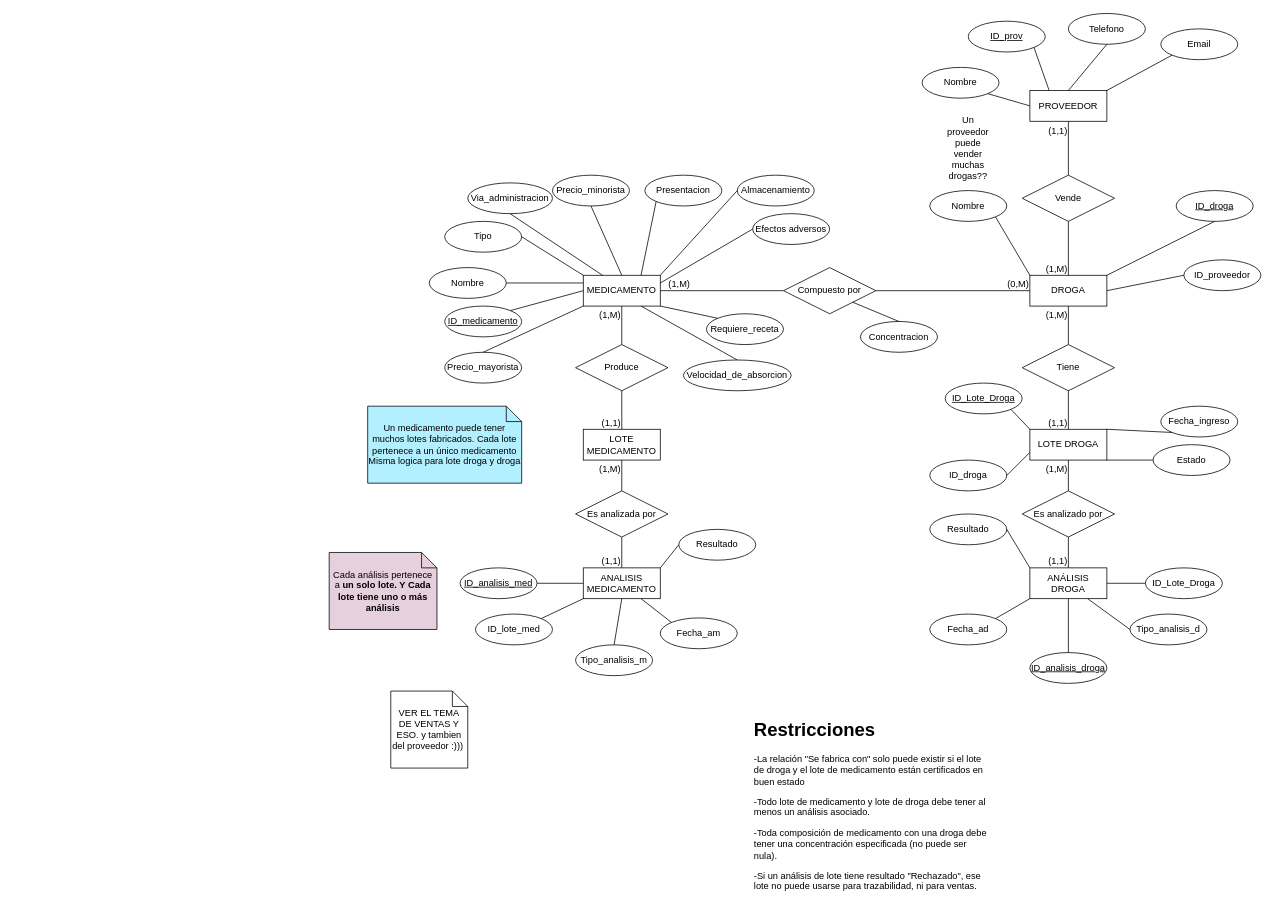
This is TP_BD_Grupo1.drawio from melxtear/TP_Grupo1_BD, a draw.io file, before an edit. Source tidied: cells renumbered, new cells numbered last; positions are measured from the earlier drawing's top-left corner, leaving out a move shared by most shapes. Both pictures are drawn from the tidied source at 77%, with x=0, y=0 at pixel (329, 13).
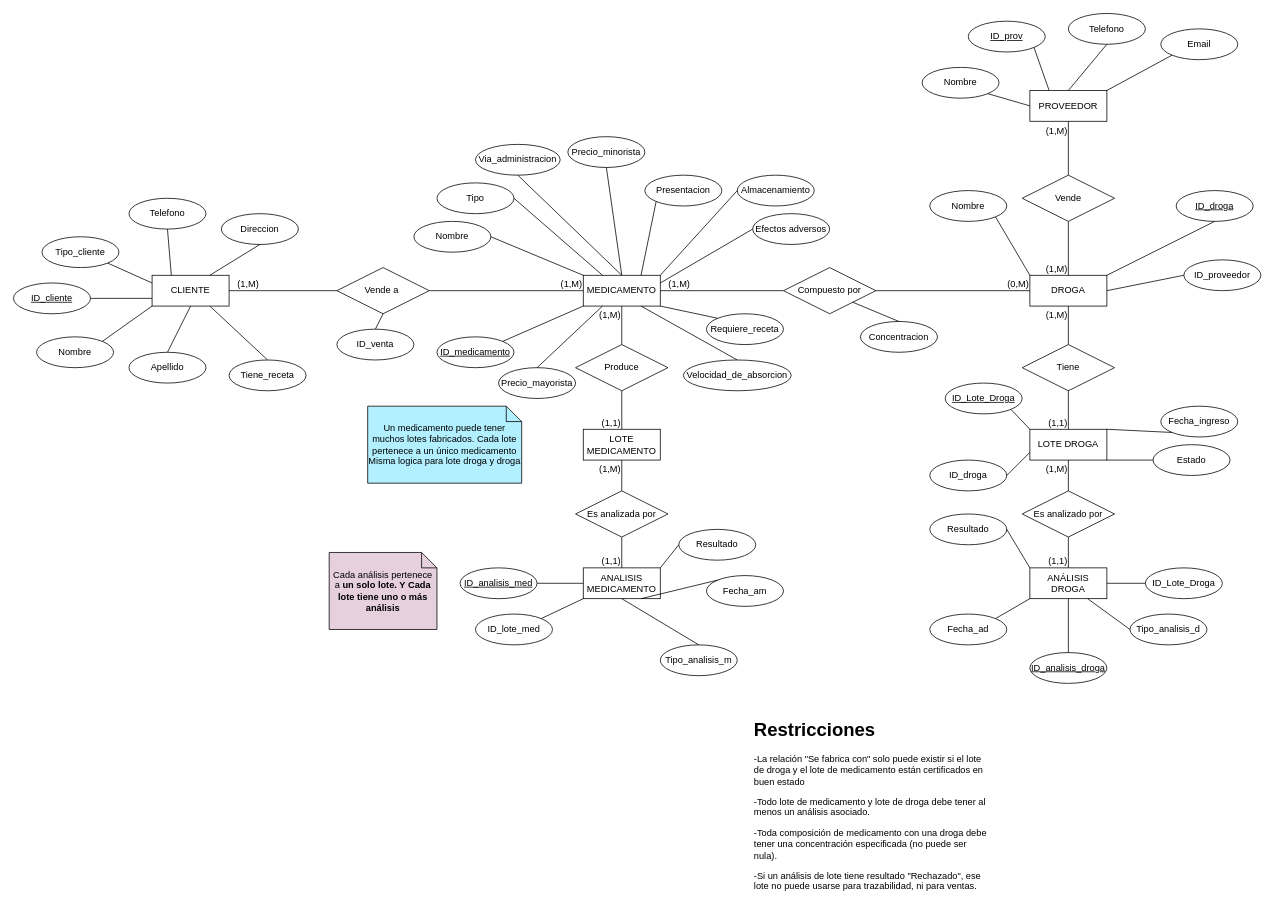
Above is the later version.

Commit message:
listo, falta MR

Unchanged cells that the change refers to:
```xml
<mxCell id="2" value="MEDICAMENTO" style="whiteSpace=wrap;html=1;align=center;" parent="1" vertex="1">
  <mxGeometry x="330" y="340" width="100" height="40" as="geometry" />
</mxCell>
<mxCell id="96" style="endArrow=none;html=1;rounded=0;entryX=0.5;entryY=1;entryDx=0;entryDy=0;exitX=0.5;exitY=0;exitDx=0;exitDy=0;" parent="1" edge="1" source="95" target="93">
  <mxGeometry relative="1" as="geometry" />
</mxCell>
```

The edit, as a diff of the source:
```diff
@@
     <mxCell id="3" value="Nombre" style="ellipse;whiteSpace=wrap;html=1;align=center;" parent="1" vertex="1">
-      <mxGeometry x="130" y="330" width="100" height="40" as="geometry" />
+      <mxGeometry x="110" y="270" width="100" height="40" as="geometry" />
     </mxCell>
     <mxCell id="4" value="ID_medicamento" style="ellipse;whiteSpace=wrap;html=1;align=center;fontStyle=4;" parent="1" vertex="1">
-      <mxGeometry x="150" y="380" width="100" height="40" as="geometry" />
+      <mxGeometry x="140" y="420" width="100" height="40" as="geometry" />
     </mxCell>
     <mxCell id="5" value="Tipo" style="ellipse;whiteSpace=wrap;html=1;align=center;" parent="1" vertex="1">
-      <mxGeometry x="150" y="270" width="100" height="40" as="geometry" />
+      <mxGeometry x="140" y="220" width="100" height="40" as="geometry" />
     </mxCell>
-    <mxCell id="6" style="endArrow=none;html=1;rounded=0;exitX=1;exitY=0.5;exitDx=0;exitDy=0;entryX=0;entryY=0;entryDx=0;entryDy=0;" parent="1" edge="1" source="5" target="2">
+    <mxCell id="6" style="endArrow=none;html=1;rounded=0;exitX=1;exitY=0.5;exitDx=0;exitDy=0;entryX=0.25;entryY=0;entryDx=0;entryDy=0;" parent="1" edge="1" source="5" target="2">
       <mxGeometry relative="1" as="geometry" />
     </mxCell>
-    <mxCell id="7" style="endArrow=none;html=1;rounded=0;exitX=1;exitY=0.5;exitDx=0;exitDy=0;entryX=0;entryY=0.25;entryDx=0;entryDy=0;" parent="1" edge="1" source="3" target="2">
+    <mxCell id="7" style="endArrow=none;html=1;rounded=0;exitX=1;exitY=0.5;exitDx=0;exitDy=0;entryX=0;entryY=0;entryDx=0;entryDy=0;" parent="1" edge="1" source="3" target="2">
       <mxGeometry relative="1" as="geometry" />
     </mxCell>
-    <mxCell id="8" style="endArrow=none;html=1;rounded=0;exitX=1;exitY=0;exitDx=0;exitDy=0;entryX=0;entryY=0.5;entryDx=0;entryDy=0;" parent="1" edge="1" source="4" target="2">
+    <mxCell id="8" style="endArrow=none;html=1;rounded=0;exitX=1;exitY=0;exitDx=0;exitDy=0;entryX=0;entryY=1;entryDx=0;entryDy=0;" parent="1" edge="1" source="4" target="2">
       <mxGeometry relative="1" as="geometry" />
     </mxCell>
     <mxCell id="9" value="Via_administracion" style="ellipse;whiteSpace=wrap;html=1;align=center;" parent="1" vertex="1">
-      <mxGeometry x="180" y="220" width="110" height="40" as="geometry" />
+      <mxGeometry x="190" y="170" width="110" height="40" as="geometry" />
     </mxCell>
-    <mxCell id="10" style="endArrow=none;html=1;rounded=0;exitX=0.5;exitY=1;exitDx=0;exitDy=0;entryX=0.25;entryY=0;entryDx=0;entryDy=0;" parent="1" edge="1" source="9" target="2">
+    <mxCell id="10" style="endArrow=none;html=1;rounded=0;exitX=0.5;exitY=1;exitDx=0;exitDy=0;entryX=0.5;entryY=0;entryDx=0;entryDy=0;" parent="1" edge="1" source="9" target="2">
       <mxGeometry relative="1" as="geometry" />
     </mxCell>
     <mxCell id="11" value="Precio_minorista" style="ellipse;whiteSpace=wrap;html=1;align=center;" parent="1" vertex="1">
-      <mxGeometry x="290" y="210" width="100" height="40" as="geometry" />
+      <mxGeometry x="310" y="160" width="100" height="40" as="geometry" />
     </mxCell>
     <mxCell id="12" value="Precio_mayorista" style="ellipse;whiteSpace=wrap;html=1;align=center;" parent="1" vertex="1">
-      <mxGeometry x="150" y="440" width="100" height="40" as="geometry" />
+      <mxGeometry x="220" y="460" width="100" height="40" as="geometry" />
     </mxCell>
-    <mxCell id="13" style="endArrow=none;html=1;rounded=0;exitX=0.5;exitY=0;exitDx=0;exitDy=0;entryX=0;entryY=1;entryDx=0;entryDy=0;" parent="1" edge="1" source="12" target="2">
+    <mxCell id="13" style="endArrow=none;html=1;rounded=0;exitX=0.5;exitY=0;exitDx=0;exitDy=0;entryX=0.25;entryY=1;entryDx=0;entryDy=0;" parent="1" edge="1" source="12" target="2">
       <mxGeometry relative="1" as="geometry" />
     </mxCell>
@@
     <mxCell id="74" value="Fecha_am" style="ellipse;whiteSpace=wrap;html=1;align=center;" parent="1" vertex="1">
-      <mxGeometry x="430" y="785" width="100" height="40" as="geometry" />
+      <mxGeometry x="490" y="730" width="100" height="40" as="geometry" />
     </mxCell>
     <mxCell id="75" value="Tipo_analisis_m" style="ellipse;whiteSpace=wrap;html=1;align=center;" parent="1" vertex="1">
-      <mxGeometry x="320" y="820" width="100" height="40" as="geometry" />
+      <mxGeometry x="430" y="820" width="100" height="40" as="geometry" />
     </mxCell>
@@
-    <mxCell id="85" value="VER EL TEMA DE VENTAS Y ESO. y tambien del proveedor :)))&amp;nbsp;" style="shape=note;size=20;whiteSpace=wrap;html=1;" parent="1" vertex="1">
-      <mxGeometry x="80" y="880" width="100" height="100" as="geometry" />
-    </mxCell>
@@
-    <mxCell id="97" value="(1,1)" style="html=1;whiteSpace=wrap;align=right;verticalAlign=bottom;" parent="96" vertex="1">
+    <mxCell id="97" value="(1,M)" style="html=1;whiteSpace=wrap;align=right;verticalAlign=bottom;" parent="96" vertex="1">
       <mxGeometry x="1" relative="1" as="geometry">
         <mxPoint y="21" as="offset" />
       </mxGeometry>
     </mxCell>
@@
-    <mxCell id="100" value="Un proveedor puede vender muchas drogas??" style="text;html=1;align=center;verticalAlign=middle;whiteSpace=wrap;rounded=0;" parent="1" vertex="1">
-      <mxGeometry x="800" y="160" width="60" height="30" as="geometry" />
-    </mxCell>
@@
+    <mxCell id="111" value="Vende a&amp;nbsp;" style="shape=rhombus;perimeter=rhombusPerimeter;whiteSpace=wrap;html=1;align=center;" parent="1" vertex="1">
+      <mxGeometry x="10" y="330" width="120" height="60" as="geometry" />
+    </mxCell>
+    <mxCell id="112" value="CLIENTE" style="whiteSpace=wrap;html=1;align=center;" parent="1" vertex="1">
+      <mxGeometry x="-230" y="340" width="100" height="40" as="geometry" />
+    </mxCell>
+    <mxCell id="113" value="Nombre" style="ellipse;whiteSpace=wrap;html=1;align=center;" parent="1" vertex="1">
+      <mxGeometry x="-380" y="420" width="100" height="40" as="geometry" />
+    </mxCell>
+    <mxCell id="114" value="Apellido" style="ellipse;whiteSpace=wrap;html=1;align=center;" parent="1" vertex="1">
+      <mxGeometry x="-260" y="440" width="100" height="40" as="geometry" />
+    </mxCell>
+    <mxCell id="115" value="ID_cliente" style="ellipse;whiteSpace=wrap;html=1;align=center;fontStyle=4;" parent="1" vertex="1">
+      <mxGeometry x="-410" y="350" width="100" height="40" as="geometry" />
+    </mxCell>
+    <mxCell id="116" value="Tipo_cliente" style="ellipse;whiteSpace=wrap;html=1;align=center;" parent="1" vertex="1">
+      <mxGeometry x="-373" y="290" width="100" height="40" as="geometry" />
+    </mxCell>
+    <mxCell id="117" value="Telefono" style="ellipse;whiteSpace=wrap;html=1;align=center;" parent="1" vertex="1">
+      <mxGeometry x="-260" y="240" width="100" height="40" as="geometry" />
+    </mxCell>
+    <mxCell id="118" value="Direccion" style="ellipse;whiteSpace=wrap;html=1;align=center;" parent="1" vertex="1">
+      <mxGeometry x="-140" y="260" width="100" height="40" as="geometry" />
+    </mxCell>
+    <mxCell id="119" value="Tiene_receta" style="ellipse;whiteSpace=wrap;html=1;align=center;" parent="1" vertex="1">
+      <mxGeometry x="-130" y="450" width="100" height="40" as="geometry" />
+    </mxCell>
+    <mxCell id="120" style="endArrow=none;html=1;rounded=0;exitX=0.75;exitY=1;exitDx=0;exitDy=0;entryX=0.5;entryY=0;entryDx=0;entryDy=0;" parent="1" edge="1" source="112" target="119">
+      <mxGeometry relative="1" as="geometry" />
+    </mxCell>
+    <mxCell id="121" style="endArrow=none;html=1;rounded=0;exitX=0.5;exitY=1;exitDx=0;exitDy=0;entryX=0.5;entryY=0;entryDx=0;entryDy=0;" parent="1" edge="1" source="112" target="114">
+      <mxGeometry relative="1" as="geometry" />
+    </mxCell>
+    <mxCell id="122" style="endArrow=none;html=1;rounded=0;exitX=1;exitY=0;exitDx=0;exitDy=0;entryX=0;entryY=1;entryDx=0;entryDy=0;" parent="1" edge="1" source="113" target="112">
+      <mxGeometry relative="1" as="geometry" />
+    </mxCell>
+    <mxCell id="123" style="endArrow=none;html=1;rounded=0;exitX=1;exitY=0.5;exitDx=0;exitDy=0;entryX=0;entryY=0.75;entryDx=0;entryDy=0;" parent="1" edge="1" source="115" target="112">
+      <mxGeometry relative="1" as="geometry" />
+    </mxCell>
+    <mxCell id="124" style="endArrow=none;html=1;rounded=0;exitX=1;exitY=1;exitDx=0;exitDy=0;entryX=0;entryY=0.25;entryDx=0;entryDy=0;" parent="1" edge="1" source="116" target="112">
+      <mxGeometry relative="1" as="geometry" />
+    </mxCell>
+    <mxCell id="125" style="endArrow=none;html=1;rounded=0;exitX=0.5;exitY=1;exitDx=0;exitDy=0;entryX=0.25;entryY=0;entryDx=0;entryDy=0;" parent="1" edge="1" source="117" target="112">
+      <mxGeometry relative="1" as="geometry" />
+    </mxCell>
+    <mxCell id="126" style="endArrow=none;html=1;rounded=0;exitX=0.5;exitY=1;exitDx=0;exitDy=0;entryX=0.75;entryY=0;entryDx=0;entryDy=0;" parent="1" edge="1" source="118" target="112">
+      <mxGeometry relative="1" as="geometry" />
+    </mxCell>
+    <mxCell id="127" style="endArrow=none;html=1;rounded=0;entryX=0;entryY=0.5;entryDx=0;entryDy=0;exitX=1;exitY=0.5;exitDx=0;exitDy=0;" parent="1" edge="1" source="111" target="2">
+      <mxGeometry relative="1" as="geometry" />
+    </mxCell>
+    <mxCell id="128" value="(1,M)" style="html=1;whiteSpace=wrap;align=right;verticalAlign=bottom;" parent="127" vertex="1">
+      <mxGeometry x="1" relative="1" as="geometry" />
+    </mxCell>
+    <mxCell id="129" style="endArrow=none;html=1;rounded=0;entryX=1;entryY=0.5;entryDx=0;entryDy=0;exitX=0;exitY=0.5;exitDx=0;exitDy=0;" parent="1" edge="1" source="111" target="112">
+      <mxGeometry relative="1" as="geometry" />
+    </mxCell>
+    <mxCell id="130" value="(1,M)" style="html=1;whiteSpace=wrap;align=right;verticalAlign=bottom;" parent="129" vertex="1">
+      <mxGeometry x="1" relative="1" as="geometry">
+        <mxPoint x="40" as="offset" />
+      </mxGeometry>
+    </mxCell>
+    <mxCell id="131" value="ID_venta" style="ellipse;whiteSpace=wrap;html=1;align=center;" parent="1" vertex="1">
+      <mxGeometry x="10" y="410" width="100" height="40" as="geometry" />
+    </mxCell>
+    <mxCell id="132" style="endArrow=none;html=1;rounded=0;exitX=0.5;exitY=1;exitDx=0;exitDy=0;entryX=0.5;entryY=0;entryDx=0;entryDy=0;" parent="1" edge="1" source="111" target="131">
+      <mxGeometry relative="1" as="geometry" />
+    </mxCell>
```
